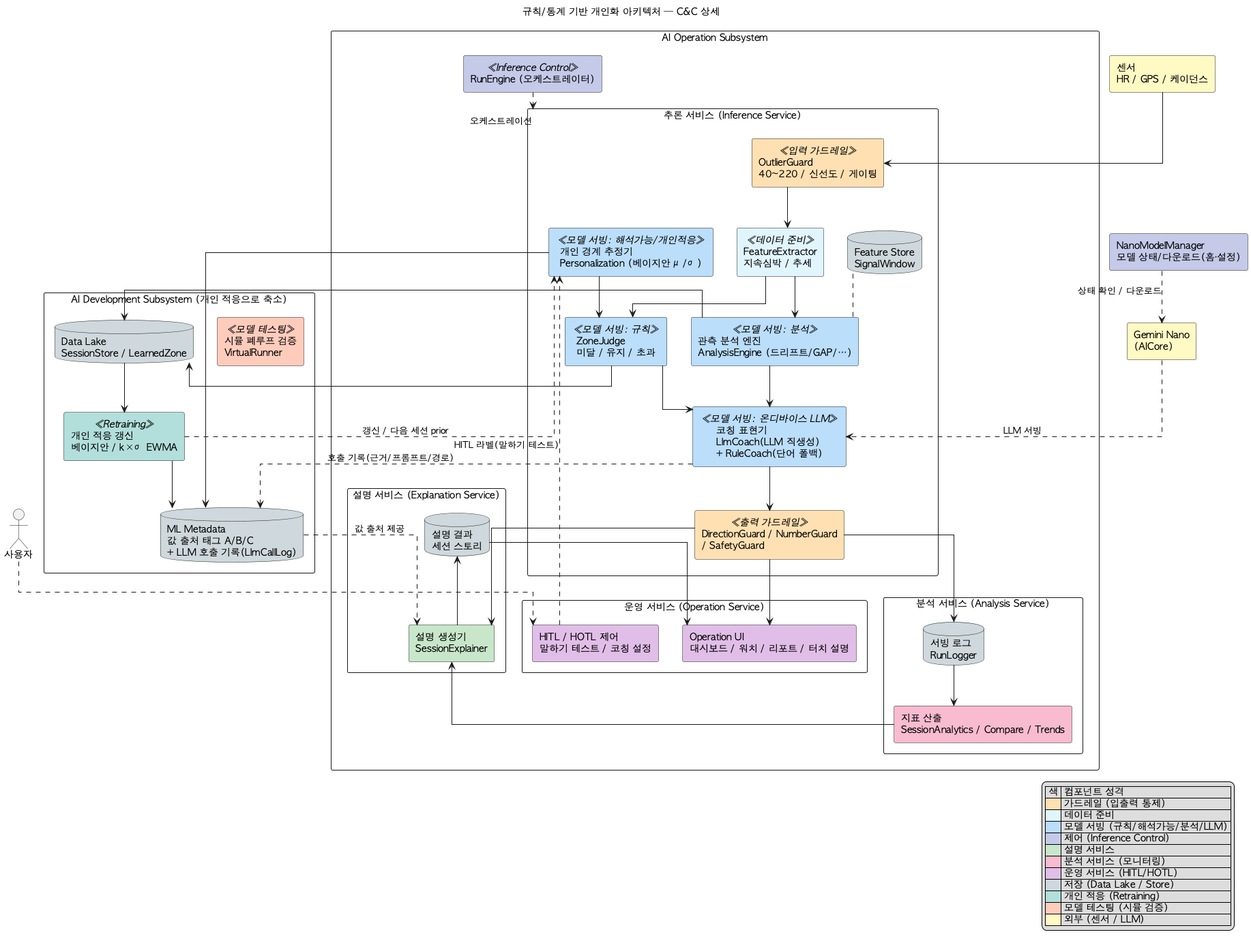
The PlantUML diagram arch/diagrams/02-component-cnc.png in tenyearslove/zone2runner, before a commit.
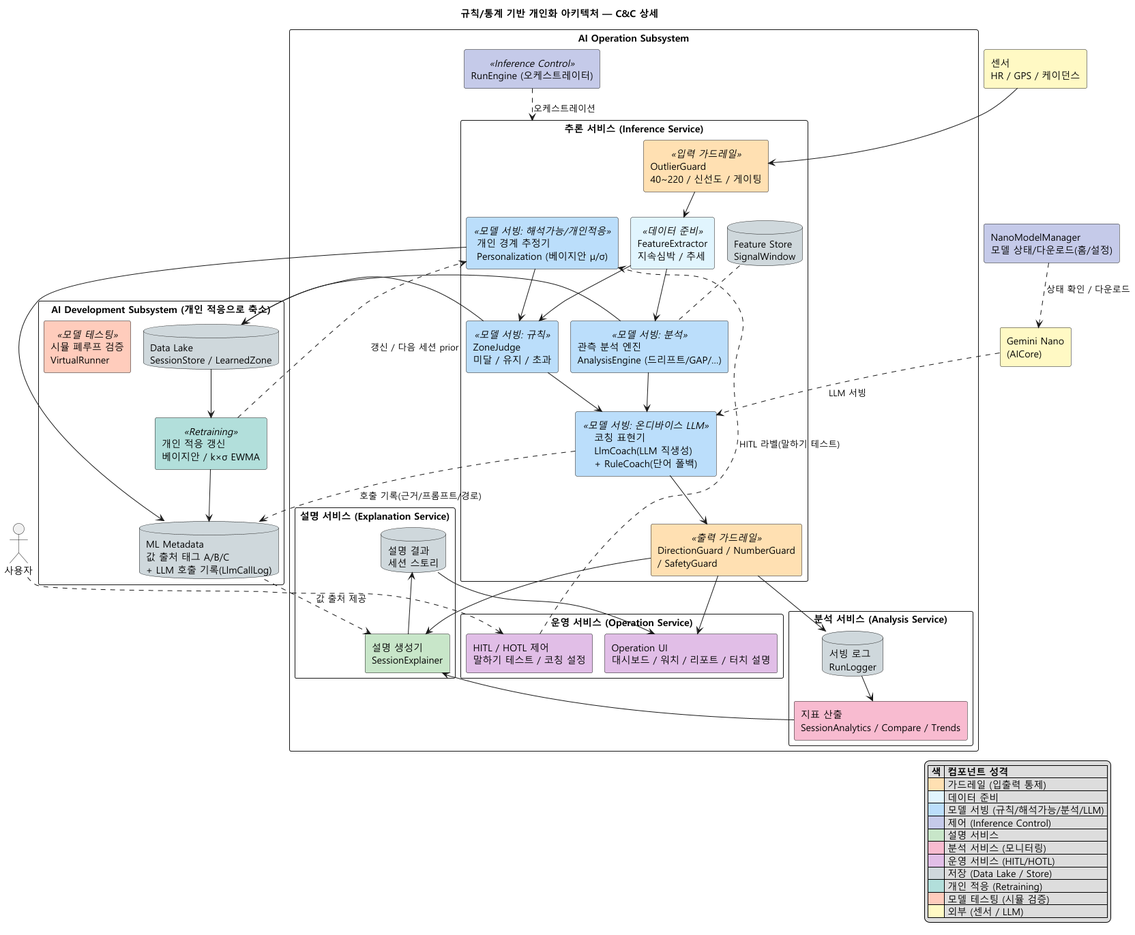
The same diagram one commit later.

Diff of the diagram source:
```diff
@@ -1,6 +1,7 @@
 @startuml
+!pragma layout smetana
 title 규칙/통계 기반 개인화 아키텍처 — C&C 상세
-skinparam defaultFontName "AppleGothic"
+skinparam defaultFontName "Malgun Gothic"
 skinparam componentStyle rectangle
 skinparam shadowing false
 skinparam packageStyle rectangle
@@ -69,7 +70,7 @@
 CTRL ..> BND : HITL 라벨(말하기 테스트)
 ENG ..> INF : 오케스트레이션
 Nano ..> COACH : LLM 서빙
-component "NanoModelManager\n모델 상태/다운로드(홈·설정)" as NMM #C5CAE9
+component "NanoModelManager\n모델 상태/다운로드(홈/설정)" as NMM #C5CAE9
 NMM ..> Nano : 상태 확인 / 다운로드
 COACH ..> META : 호출 기록(근거/프롬프트/경로)
 META ..> EGEN : 값 출처 제공
```
